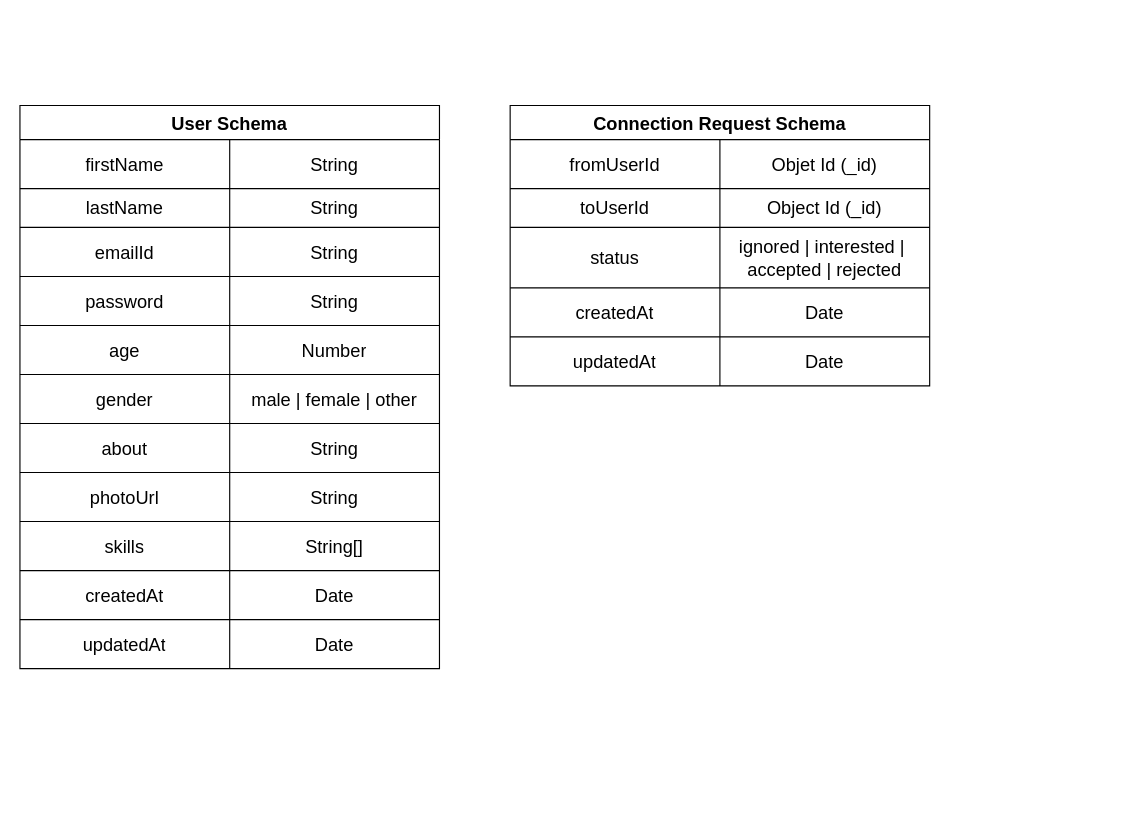
rkchoudhury/devTinder keeps this draw.io diagram as server/diagram/schema_diagram.drawio. Above is the earlier version. Source tidied: cells renumbered, new cells numbered last; positions are measured from the earlier drawing's top-left corner, leaving out a move shared by most shapes. Both pictures are drawn from the tidied source at 114%, with x=0, y=0 at pixel (19, 105).
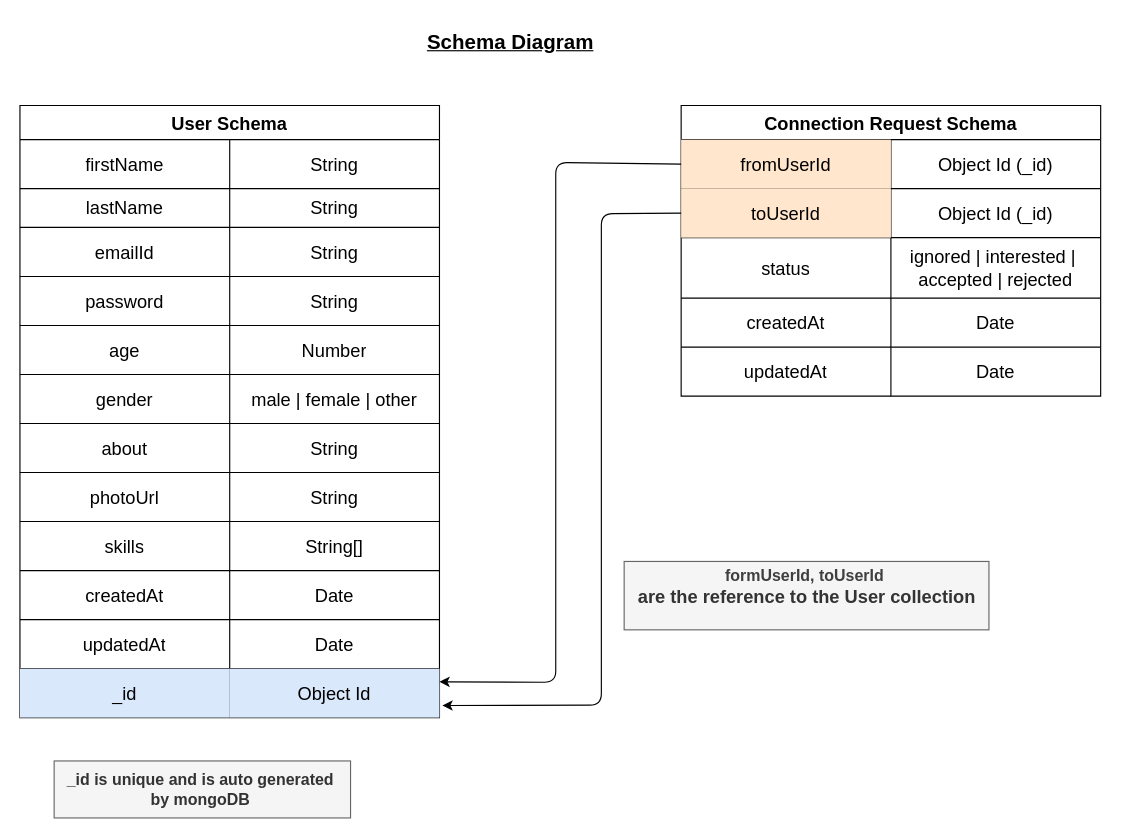
Above is the later version.

Commit message:
Updated schema diagram

The change refers to these unchanged cells:
```xml
<mxCell id="3" style="shape=tableRow;horizontal=0;startSize=0;swimlaneHead=0;swimlaneBody=0;strokeColor=inherit;top=0;left=0;bottom=0;right=0;fillColor=none;points=[[0,0.5],[1,0.5]];portConstraint=eastwest;fontSize=16;" parent="2" vertex="1">
  <mxGeometry y="30" width="368" height="43" as="geometry" />
</mxCell>
```

Diff of the diagram source:
```diff
@@
     <mxCell id="2" value="Connection Request Schema" style="shape=table;startSize=30;childLayout=tableLayout;strokeColor=default;fontSize=16;swimlaneLine=1;shadow=0;rounded=0;fontStyle=1;" parent="1" vertex="1">
-      <mxGeometry x="430" width="368" height="246" as="geometry" />
+      <mxGeometry x="580" width="368" height="255" as="geometry" />
     </mxCell>
@@
-    <mxCell id="4" value="fromUserId" style="shape=partialRectangle;html=1;whiteSpace=wrap;strokeColor=inherit;overflow=hidden;fillColor=none;top=0;left=0;bottom=0;right=0;fontSize=16;" parent="3" vertex="1">
+    <mxCell id="4" value="fromUserId" style="shape=partialRectangle;html=1;whiteSpace=wrap;strokeColor=#d79b00;overflow=hidden;fillColor=#ffe6cc;top=0;left=0;bottom=0;right=0;fontSize=16;" parent="3" vertex="1">
       <mxGeometry width="184" height="43" as="geometry" />
     </mxCell>
-    <mxCell id="5" value="Objet Id (_id)" style="shape=partialRectangle;html=1;whiteSpace=wrap;strokeColor=inherit;overflow=hidden;fillColor=none;top=0;left=0;bottom=0;right=0;fontSize=16;" parent="3" vertex="1">
-      <mxGeometry x="184" width="184" height="43" as="geometry" />
-    </mxCell>
-    <mxCell id="6" style="shape=tableRow;horizontal=0;startSize=0;swimlaneHead=0;swimlaneBody=0;strokeColor=inherit;top=0;left=0;bottom=0;right=0;fillColor=none;fontSize=16;" parent="2" vertex="1">
-      <mxGeometry y="73" width="368" height="34" as="geometry" />
-    </mxCell>
+    <mxCell id="52" value="Object Id (_id)" style="shape=partialRectangle;html=1;whiteSpace=wrap;strokeColor=inherit;overflow=hidden;fillColor=none;top=0;left=0;bottom=0;right=0;fontSize=16;" parent="3" vertex="1">
+      <mxGeometry x="184" width="184" height="43" as="geometry" />
+    </mxCell>
+    <mxCell id="53" style="shape=tableRow;horizontal=0;startSize=0;swimlaneHead=0;swimlaneBody=0;strokeColor=inherit;top=0;left=0;bottom=0;right=0;fillColor=none;points=[[0,0.5],[1,0.5]];portConstraint=eastwest;fontSize=16;" parent="2" vertex="1">
+      <mxGeometry y="73" width="368" height="43" as="geometry" />
+    </mxCell>
-    <mxCell id="7" value="toUserId" style="shape=partialRectangle;html=1;whiteSpace=wrap;strokeColor=inherit;overflow=hidden;fillColor=none;top=0;left=0;bottom=0;right=0;fontSize=16;" parent="6" vertex="1">
-      <mxGeometry width="184" height="34" as="geometry" />
+    <mxCell id="7" value="&lt;span style=&quot;color: rgb(0, 0, 0);&quot;&gt;toUserId&lt;/span&gt;" style="shape=partialRectangle;html=1;whiteSpace=wrap;strokeColor=#d79b00;overflow=hidden;fillColor=#ffe6cc;top=0;left=0;bottom=0;right=0;fontSize=16;" parent="53" vertex="1">
+      <mxGeometry width="184" height="43" as="geometry" />
     </mxCell>
-    <mxCell id="8" value="Object Id (_id)" style="shape=partialRectangle;html=1;whiteSpace=wrap;strokeColor=inherit;overflow=hidden;fillColor=none;top=0;left=0;bottom=0;right=0;fontSize=16;" parent="6" vertex="1">
-      <mxGeometry x="184" width="184" height="34" as="geometry" />
-    </mxCell>
+    <mxCell id="54" value="Object Id (_id)" style="shape=partialRectangle;html=1;whiteSpace=wrap;strokeColor=inherit;overflow=hidden;fillColor=none;top=0;left=0;bottom=0;right=0;fontSize=16;" parent="53" vertex="1">
+      <mxGeometry x="184" width="184" height="43" as="geometry" />
+    </mxCell>
     <mxCell id="9" style="shape=tableRow;horizontal=0;startSize=0;swimlaneHead=0;swimlaneBody=0;strokeColor=inherit;top=0;left=0;bottom=0;right=0;fillColor=none;fontSize=16;" parent="2" vertex="1">
-      <mxGeometry y="107" width="368" height="53" as="geometry" />
+      <mxGeometry y="116" width="368" height="53" as="geometry" />
     </mxCell>
@@
     <mxCell id="12" style="shape=tableRow;horizontal=0;startSize=0;swimlaneHead=0;swimlaneBody=0;strokeColor=inherit;top=0;left=0;bottom=0;right=0;fillColor=none;fontSize=16;" parent="2" vertex="1">
-      <mxGeometry y="160" width="368" height="43" as="geometry" />
+      <mxGeometry y="169" width="368" height="43" as="geometry" />
     </mxCell>
@@
     <mxCell id="15" style="shape=tableRow;horizontal=0;startSize=0;swimlaneHead=0;swimlaneBody=0;strokeColor=inherit;top=0;left=0;bottom=0;right=0;fillColor=none;fontSize=16;" parent="2" vertex="1">
-      <mxGeometry y="203" width="368" height="43" as="geometry" />
+      <mxGeometry y="212" width="368" height="43" as="geometry" />
     </mxCell>
@@
     <mxCell id="18" value="User Schema" style="shape=table;startSize=30;childLayout=tableLayout;strokeColor=default;fontSize=16;swimlaneLine=1;shadow=0;rounded=0;fontStyle=1;" parent="1" vertex="1">
-      <mxGeometry width="368" height="494" as="geometry" />
+      <mxGeometry width="368" height="537" as="geometry" />
     </mxCell>
@@
+    <mxCell id="55" style="shape=tableRow;horizontal=0;startSize=0;swimlaneHead=0;swimlaneBody=0;strokeColor=inherit;top=0;left=0;bottom=0;right=0;fillColor=none;points=[[0,0.5],[1,0.5]];portConstraint=eastwest;fontSize=16;" parent="18" vertex="1">
+      <mxGeometry y="494" width="368" height="43" as="geometry" />
+    </mxCell>
+    <mxCell id="56" value="_id" style="shape=partialRectangle;html=1;whiteSpace=wrap;strokeColor=#6c8ebf;overflow=hidden;fillColor=#dae8fc;top=0;left=0;bottom=0;right=0;fontSize=16;" parent="55" vertex="1">
+      <mxGeometry width="184" height="43" as="geometry" />
+    </mxCell>
+    <mxCell id="57" value="Object Id" style="shape=partialRectangle;html=1;whiteSpace=wrap;strokeColor=#6c8ebf;overflow=hidden;fillColor=#dae8fc;top=0;left=0;bottom=0;right=0;fontSize=16;" parent="55" vertex="1">
+      <mxGeometry x="184" width="184" height="43" as="geometry" />
+    </mxCell>
+    <mxCell id="58" style="endArrow=classic;html=1;exitX=0;exitY=0.5;exitDx=0;exitDy=0;entryX=1;entryY=0.27;entryDx=0;entryDy=0;entryPerimeter=0;" parent="1" edge="1" source="3" target="55">
+      <mxGeometry relative="1" as="geometry">
+        <Array as="points">
+          <mxPoint x="470" y="50" />
+          <mxPoint x="470" y="160" />
+          <mxPoint x="470" y="250" />
+          <mxPoint x="470" y="506" />
+        </Array>
+      </mxGeometry>
+    </mxCell>
+    <mxCell id="59" style="endArrow=classic;html=1;exitX=0;exitY=0.5;exitDx=0;exitDy=0;entryX=1.007;entryY=0.753;entryDx=0;entryDy=0;entryPerimeter=0;" parent="1" edge="1" source="53" target="55">
+      <mxGeometry relative="1" as="geometry">
+        <Array as="points">
+          <mxPoint x="510" y="95" />
+          <mxPoint x="510" y="200" />
+          <mxPoint x="510" y="300" />
+          <mxPoint x="510" y="526" />
+        </Array>
+      </mxGeometry>
+    </mxCell>
+    <mxCell id="60" value="&lt;b&gt;&lt;font style=&quot;font-size: 18px;&quot;&gt;&lt;u&gt;Schema Diagram&lt;/u&gt;&lt;/font&gt;&lt;/b&gt;" style="text;html=1;align=center;verticalAlign=middle;strokeColor=none;fillColor=none;" parent="1" vertex="1">
+      <mxGeometry x="345" y="-75" width="170" height="40" as="geometry" />
+    </mxCell>
+    <mxCell id="61" value="&lt;div style=&quot;&quot;&gt;&lt;b style=&quot;color: rgb(63, 63, 63); font-size: 14px; background-color: transparent;&quot;&gt;formUserId, toUserId&amp;nbsp;&lt;/b&gt;&lt;/div&gt;&lt;div style=&quot;&quot;&gt;&lt;font size=&quot;3&quot;&gt;&lt;b&gt;are the reference to the User collection&lt;/b&gt;&lt;/font&gt;&lt;/div&gt;&lt;div style=&quot;&quot;&gt;&lt;br&gt;&lt;/div&gt;" style="text;html=1;align=center;verticalAlign=middle;strokeColor=#666666;fillColor=#f5f5f5;fontColor=#333333;" parent="1" vertex="1">
+      <mxGeometry x="530" y="400" width="320" height="60" as="geometry" />
+    </mxCell>
+    <mxCell id="62" value="&lt;div style=&quot;&quot;&gt;&lt;span style=&quot;font-size: 14px;&quot;&gt;&lt;b&gt;_id is unique and is auto generated&amp;nbsp;&lt;/b&gt;&lt;/span&gt;&lt;/div&gt;&lt;div style=&quot;&quot;&gt;&lt;span style=&quot;font-size: 14px;&quot;&gt;&lt;b&gt;by mongoDB&amp;nbsp;&lt;/b&gt;&lt;/span&gt;&lt;/div&gt;" style="text;html=1;align=center;verticalAlign=middle;strokeColor=#666666;fillColor=#f5f5f5;fontColor=#333333;" parent="1" vertex="1">
+      <mxGeometry x="30" y="575" width="260" height="50" as="geometry" />
+    </mxCell>
```
